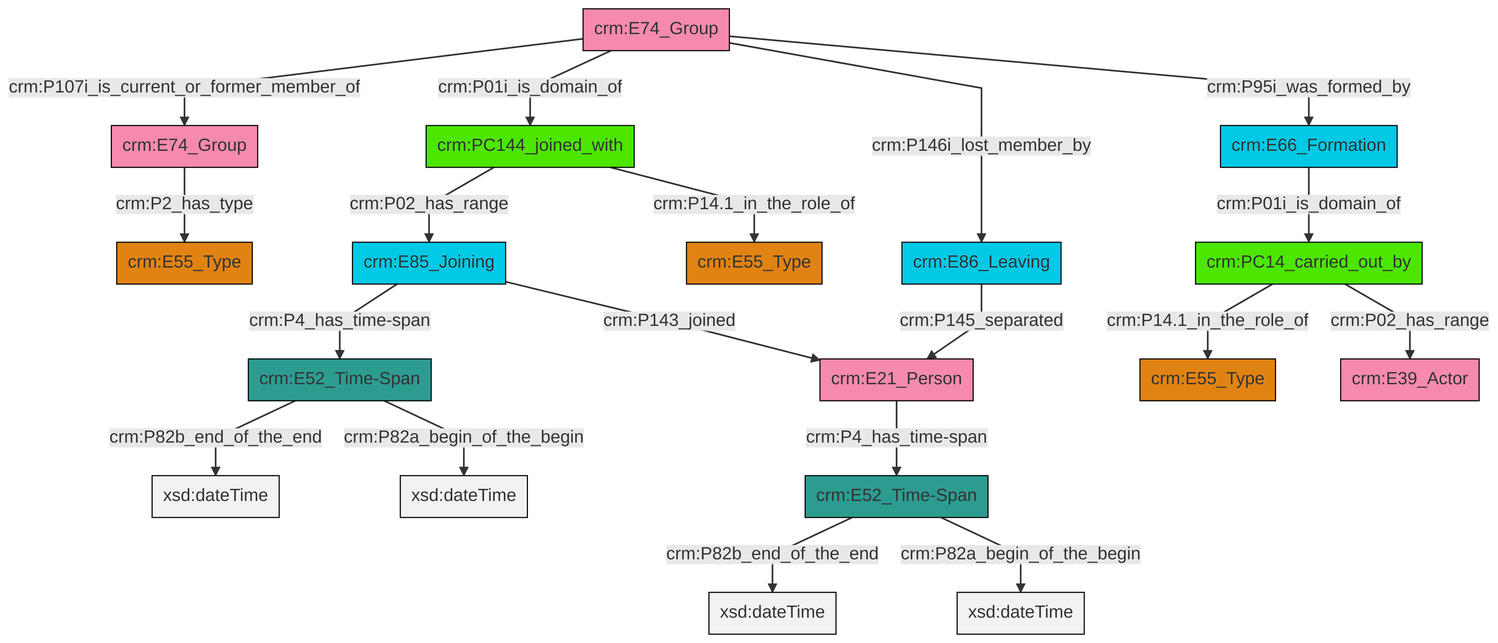
Before: et/groupCSV/ttl/mmd/png/group_actor_relations.png, a diagram exported from Mermaid (swiss-art-research-net/reference-data-models). Its source is kept beside it as et/groupCSV/ttl/mmd/group_actor_relations.ttl.mmd.
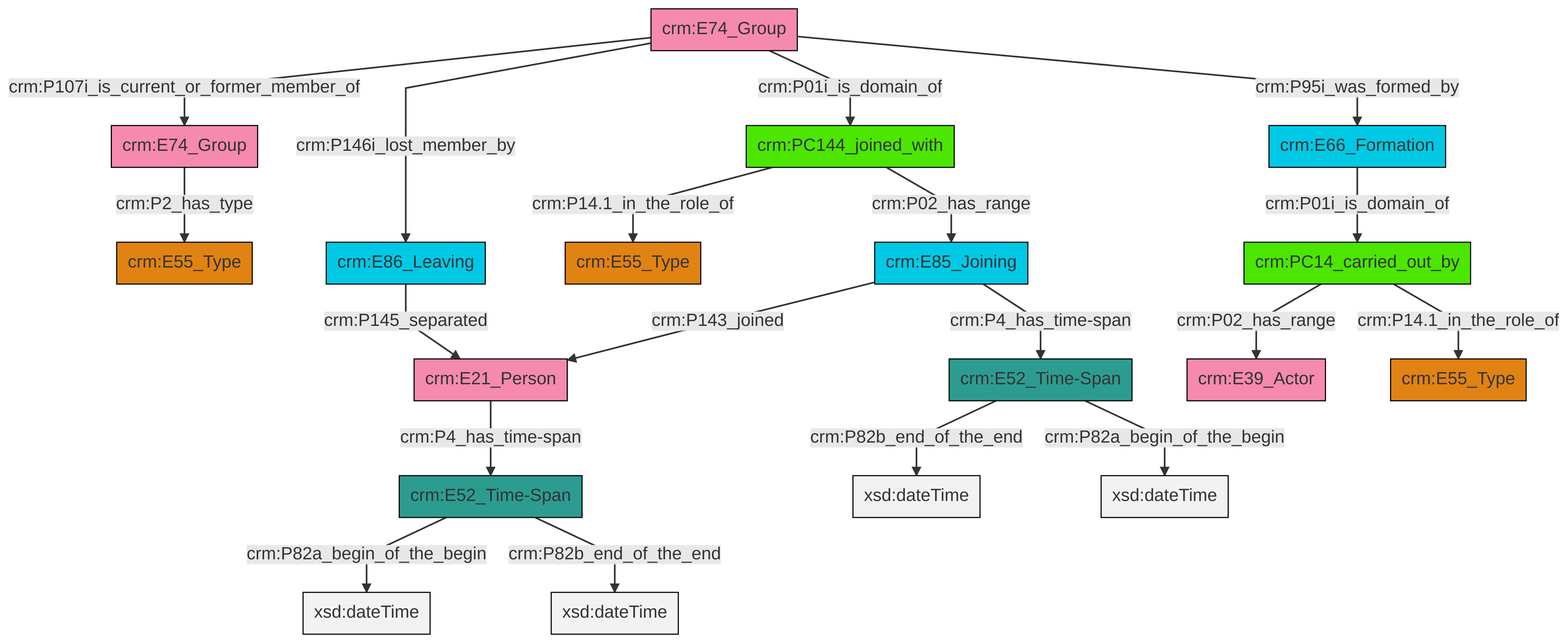
After the commit.

Diff of the diagram source:
```diff
@@ -13,21 +13,21 @@
 classDef PC_Classes fill:#4ce600, stroke:#000000;
 classDef Multi fill:#cccccc,stroke:#000000;
 
+0["crm:PC14_carried_out_by"]:::PC_Classes -->|crm:P02_has_range| 1["crm:E39_Actor"]:::Actor
 2["crm:E52_Time-Span"]:::Time-Span -->|crm:P82b_end_of_the_end| 3[xsd:dateTime]:::Literal
-4["crm:E85_Joining"]:::Temporal_Entity -->|crm:P4_has_time-span| 2["crm:E52_Time-Span"]:::Time-Span
-2["crm:E52_Time-Span"]:::Time-Span -->|crm:P82a_begin_of_the_begin| 5[xsd:dateTime]:::Literal
-6["crm:E21_Person"]:::Actor -->|crm:P4_has_time-span| 7["crm:E52_Time-Span"]:::Time-Span
-10["crm:E74_Group"]:::Actor -->|crm:P01i_is_domain_of| 11["crm:PC144_joined_with"]:::PC_Classes
-10["crm:E74_Group"]:::Actor -->|crm:P95i_was_formed_by| 8["crm:E66_Formation"]:::Temporal_Entity
-15["crm:E74_Group"]:::Actor -->|crm:P2_has_type| 0["crm:E55_Type"]:::Type
-8["crm:E66_Formation"]:::Temporal_Entity -->|crm:P01i_is_domain_of| 18["crm:PC14_carried_out_by"]:::PC_Classes
-10["crm:E74_Group"]:::Actor -->|crm:P146i_lost_member_by| 16["crm:E86_Leaving"]:::Temporal_Entity
-16["crm:E86_Leaving"]:::Temporal_Entity -->|crm:P145_separated| 6["crm:E21_Person"]:::Actor
-7["crm:E52_Time-Span"]:::Time-Span -->|crm:P82b_end_of_the_end| 22[xsd:dateTime]:::Literal
-18["crm:PC14_carried_out_by"]:::PC_Classes -->|crm:P02_has_range| 24["crm:E39_Actor"]:::Actor
-18["crm:PC14_carried_out_by"]:::PC_Classes -->|crm:P14.1_in_the_role_of| 20["crm:E55_Type"]:::Type
-7["crm:E52_Time-Span"]:::Time-Span -->|crm:P82a_begin_of_the_begin| 26[xsd:dateTime]:::Literal
-4["crm:E85_Joining"]:::Temporal_Entity -->|crm:P143_joined| 6["crm:E21_Person"]:::Actor
-10["crm:E74_Group"]:::Actor -->|crm:P107i_is_current_or_former_member_of| 15["crm:E74_Group"]:::Actor
-11["crm:PC144_joined_with"]:::PC_Classes -->|crm:P02_has_range| 4["crm:E85_Joining"]:::Temporal_Entity
-11["crm:PC144_joined_with"]:::PC_Classes -->|crm:P14.1_in_the_role_of| 12["crm:E55_Type"]:::Type
+5["crm:E66_Formation"]:::Temporal_Entity -->|crm:P01i_is_domain_of| 0["crm:PC14_carried_out_by"]:::PC_Classes
+6["crm:E52_Time-Span"]:::Time-Span -->|crm:P82a_begin_of_the_begin| 7[xsd:dateTime]:::Literal
+6["crm:E52_Time-Span"]:::Time-Span -->|crm:P82b_end_of_the_end| 8[xsd:dateTime]:::Literal
+2["crm:E52_Time-Span"]:::Time-Span -->|crm:P82a_begin_of_the_begin| 11[xsd:dateTime]:::Literal
+12["crm:E85_Joining"]:::Temporal_Entity -->|crm:P143_joined| 13["crm:E21_Person"]:::Actor
+14["crm:E74_Group"]:::Actor -->|crm:P107i_is_current_or_former_member_of| 15["crm:E74_Group"]:::Actor
+15["crm:E74_Group"]:::Actor -->|crm:P2_has_type| 17["crm:E55_Type"]:::Type
+14["crm:E74_Group"]:::Actor -->|crm:P146i_lost_member_by| 20["crm:E86_Leaving"]:::Temporal_Entity
+0["crm:PC14_carried_out_by"]:::PC_Classes -->|crm:P14.1_in_the_role_of| 24["crm:E55_Type"]:::Type
+14["crm:E74_Group"]:::Actor -->|crm:P01i_is_domain_of| 9["crm:PC144_joined_with"]:::PC_Classes
+9["crm:PC144_joined_with"]:::PC_Classes -->|crm:P14.1_in_the_role_of| 27["crm:E55_Type"]:::Type
+9["crm:PC144_joined_with"]:::PC_Classes -->|crm:P02_has_range| 12["crm:E85_Joining"]:::Temporal_Entity
+12["crm:E85_Joining"]:::Temporal_Entity -->|crm:P4_has_time-span| 2["crm:E52_Time-Span"]:::Time-Span
+20["crm:E86_Leaving"]:::Temporal_Entity -->|crm:P145_separated| 13["crm:E21_Person"]:::Actor
+13["crm:E21_Person"]:::Actor -->|crm:P4_has_time-span| 6["crm:E52_Time-Span"]:::Time-Span
+14["crm:E74_Group"]:::Actor -->|crm:P95i_was_formed_by| 5["crm:E66_Formation"]:::Temporal_Entity
```
